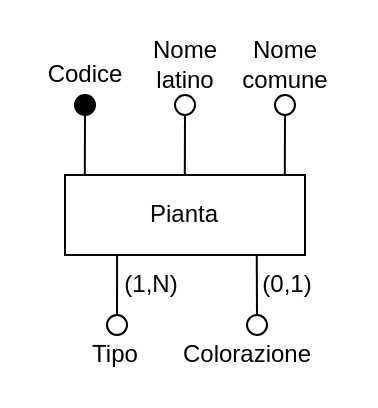
The draw.io diagram ER-diagrams/ER-Pianta-tris.drawio in nic-agos/Verde-S.R.L, before the edit. Source tidied: cells renumbered, new cells numbered last; positions are measured from the earlier drawing's top-left corner, leaving out a move shared by most shapes. Both pictures are drawn from the tidied source at 200%, with x=0, y=0 at pixel (34, 34).
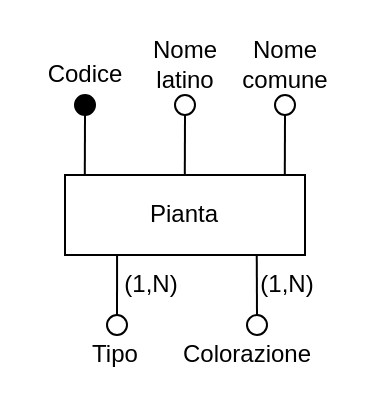
The same page after the edit.

Change to the diagram source:
```diff
@@
-    <mxCell id="19" value="(0,1)" style="text;html=1;align=center;verticalAlign=middle;strokeColor=none;fillColor=none;" parent="1" vertex="1">
+    <mxCell id="19" value="(1,N)" style="text;html=1;align=center;verticalAlign=middle;strokeColor=none;fillColor=none;" parent="1" vertex="1">
       <mxGeometry x="106" y="115" width="40" height="20" as="geometry" />
     </mxCell>
```
